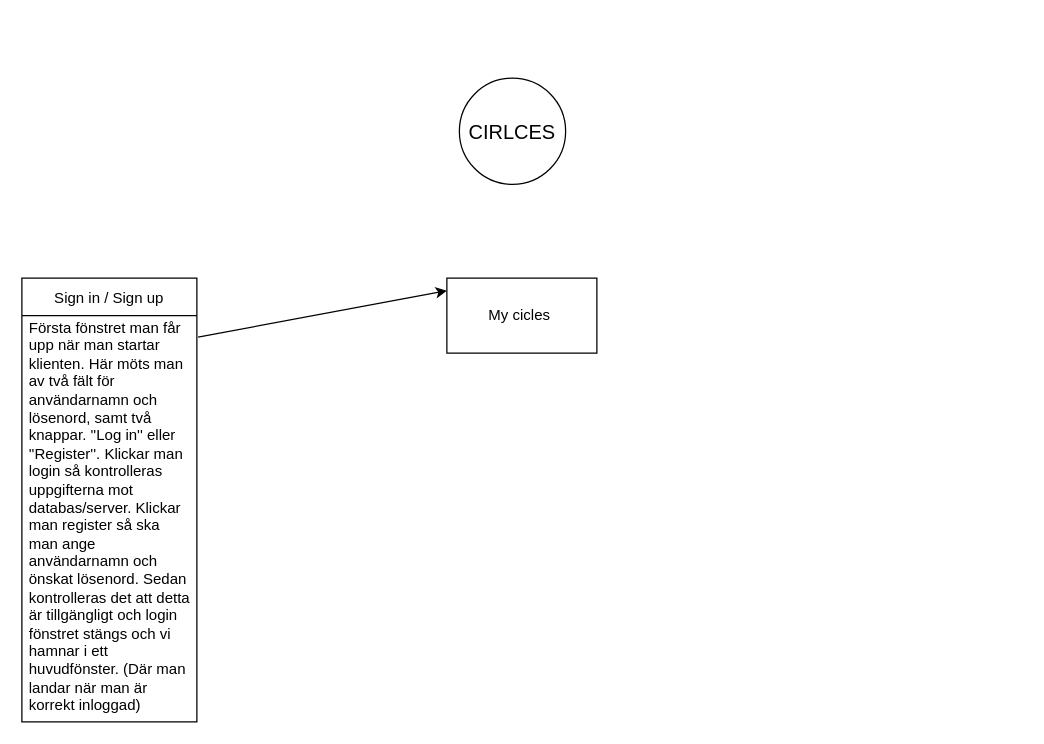
johanbergfalk/DAT055_circles keeps this draw.io diagram as Diagrams/mindmap.drawio. Above is the earlier version. Source tidied: cells renumbered, new cells numbered last; positions are measured from the earlier drawing's top-left corner, leaving out a move shared by most shapes. Both pictures are drawn from the tidied source at 125%, with x=0, y=0 at pixel (21, 78).
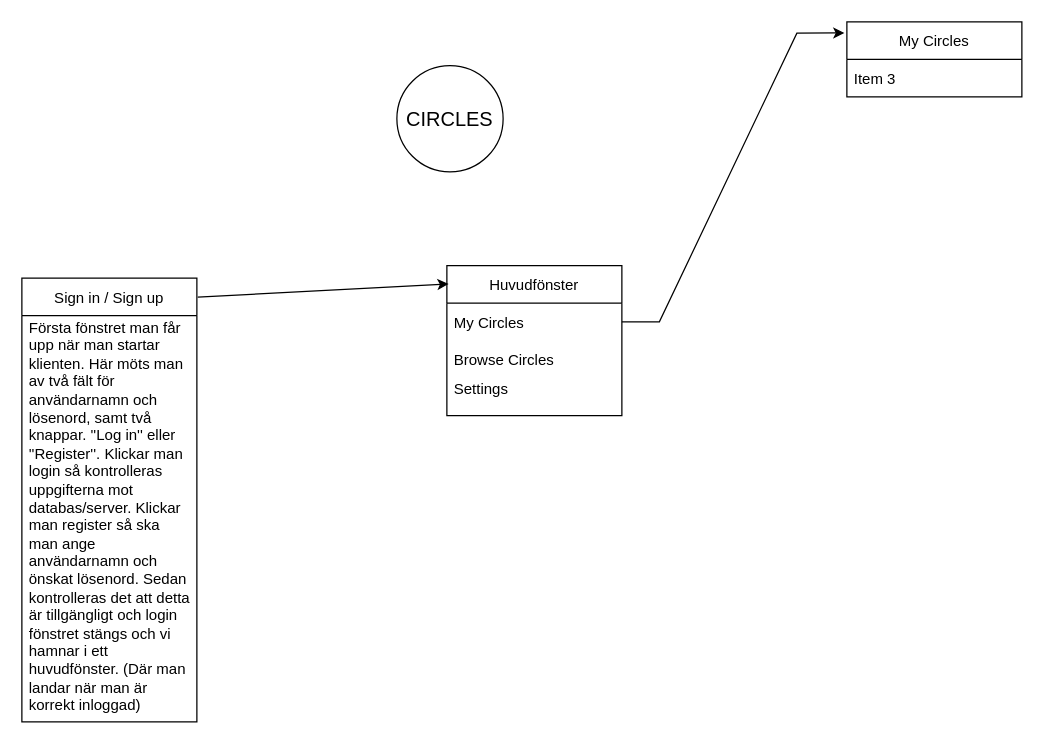
The same diagram, later.

The edit, as a diff of the source:
```diff
@@
 <mxGraphModel>
   <root>
     <mxCell id="0" />
     <mxCell id="1" parent="0" />
-    <mxCell id="2" value="CIRLCES" style="ellipse;whiteSpace=wrap;html=1;rounded=0;fontSize=16;strokeColor=#000000;fillColor=#FFFFFF;" parent="1" vertex="1">
-      <mxGeometry x="350" width="85" height="85" as="geometry" />
+    <mxCell id="2" value="CIRCLES" style="ellipse;whiteSpace=wrap;html=1;rounded=0;fontSize=16;strokeColor=#000000;fillColor=#FFFFFF;" parent="1" vertex="1">
+      <mxGeometry x="300" y="-10" width="85" height="85" as="geometry" />
     </mxCell>
     <mxCell id="3" value="Sign in / Sign up" style="swimlane;fontStyle=0;horizontal=1;startSize=30;" parent="1" vertex="1">
       <mxGeometry y="160" width="140" height="355" as="geometry" />
     </mxCell>
     <mxCell id="4" value="Första fönstret man får upp när man startar klienten. Här möts man av två fält för användarnamn och lösenord, samt två knappar. ''Log in'' eller ''Register''. Klickar man login så kontrolleras uppgifterna mot databas/server. Klickar man register så ska man ange användarnamn och önskat lösenord. Sedan kontrolleras det att detta är tillgängligt och login fönstret stängs och vi hamnar i ett huvudfönster. (Där man landar när man är korrekt inloggad)&#10;" style="text;strokeColor=none;fillColor=none;align=left;verticalAlign=middle;spacingLeft=4;spacingRight=4;overflow=hidden;whiteSpace=wrap;" parent="3" vertex="1">
       <mxGeometry y="30" width="140" height="325" as="geometry" />
     </mxCell>
-    <mxCell id="5" value="My cicles&amp;nbsp;&lt;br&gt;" style="rounded=0;whiteSpace=wrap;html=1;" parent="1" vertex="1">
-      <mxGeometry x="340" y="160" width="120" height="60" as="geometry" />
-    </mxCell>
-    <mxCell id="6" style="endArrow=classic;html=1;rounded=0;exitX=1.007;exitY=0.133;exitDx=0;exitDy=0;exitPerimeter=0;" parent="1" edge="1" source="3">
-      <mxGeometry relative="1" as="geometry">
-        <mxPoint x="340" y="170" as="targetPoint" />
-      </mxGeometry>
-    </mxCell>
+    <mxCell id="7" value="Huvudfönster" style="swimlane;fontStyle=0;horizontal=1;startSize=30;" parent="1" vertex="1">
+      <mxGeometry x="340" y="150" width="140" height="120" as="geometry" />
+    </mxCell>
+    <mxCell id="8" value="My Circles" style="text;strokeColor=none;fillColor=none;align=left;verticalAlign=middle;spacingLeft=4;spacingRight=4;overflow=hidden;points=[[0,0.5],[1,0.5]];portConstraint=eastwest;" parent="7" vertex="1">
+      <mxGeometry y="30" width="140" height="30" as="geometry" />
+    </mxCell>
+    <mxCell id="9" value="Browse Circles" style="text;strokeColor=none;fillColor=none;align=left;verticalAlign=middle;spacingLeft=4;spacingRight=4;overflow=hidden;" parent="7" vertex="1">
+      <mxGeometry y="60" width="140" height="30" as="geometry" />
+    </mxCell>
+    <mxCell id="10" value="Settings&#10;" style="text;strokeColor=none;fillColor=none;align=left;verticalAlign=middle;spacingLeft=4;spacingRight=4;overflow=hidden;" parent="7" vertex="1">
+      <mxGeometry y="90" width="140" height="30" as="geometry" />
+    </mxCell>
+    <mxCell id="11" style="endArrow=classic;html=1;rounded=0;exitX=1.005;exitY=0.043;exitDx=0;exitDy=0;exitPerimeter=0;entryX=0.01;entryY=0.122;entryDx=0;entryDy=0;entryPerimeter=0;" parent="1" edge="1" source="3" target="7">
+      <mxGeometry relative="1" as="geometry" />
+    </mxCell>
+    <mxCell id="12" value="My Circles" style="swimlane;fontStyle=0;horizontal=1;startSize=30;" parent="1" vertex="1">
+      <mxGeometry x="660" y="-45" width="140" height="60" as="geometry" />
+    </mxCell>
+    <mxCell id="13" value="Item 3" style="text;strokeColor=none;fillColor=none;align=left;verticalAlign=middle;spacingLeft=4;spacingRight=4;overflow=hidden;" parent="12" vertex="1">
+      <mxGeometry y="30" width="140" height="30" as="geometry" />
+    </mxCell>
+    <mxCell id="14" style="endArrow=classic;html=1;rounded=0;entryX=-0.014;entryY=0.147;entryDx=0;entryDy=0;entryPerimeter=0;exitX=1;exitY=0.5;exitDx=0;exitDy=0;" parent="1" edge="1" source="8" target="12">
+      <mxGeometry relative="1" as="geometry">
+        <Array as="points">
+          <mxPoint x="510" y="195" />
+          <mxPoint x="620" y="-36" />
+        </Array>
+      </mxGeometry>
+    </mxCell>
   </root>
 </mxGraphModel>
```
